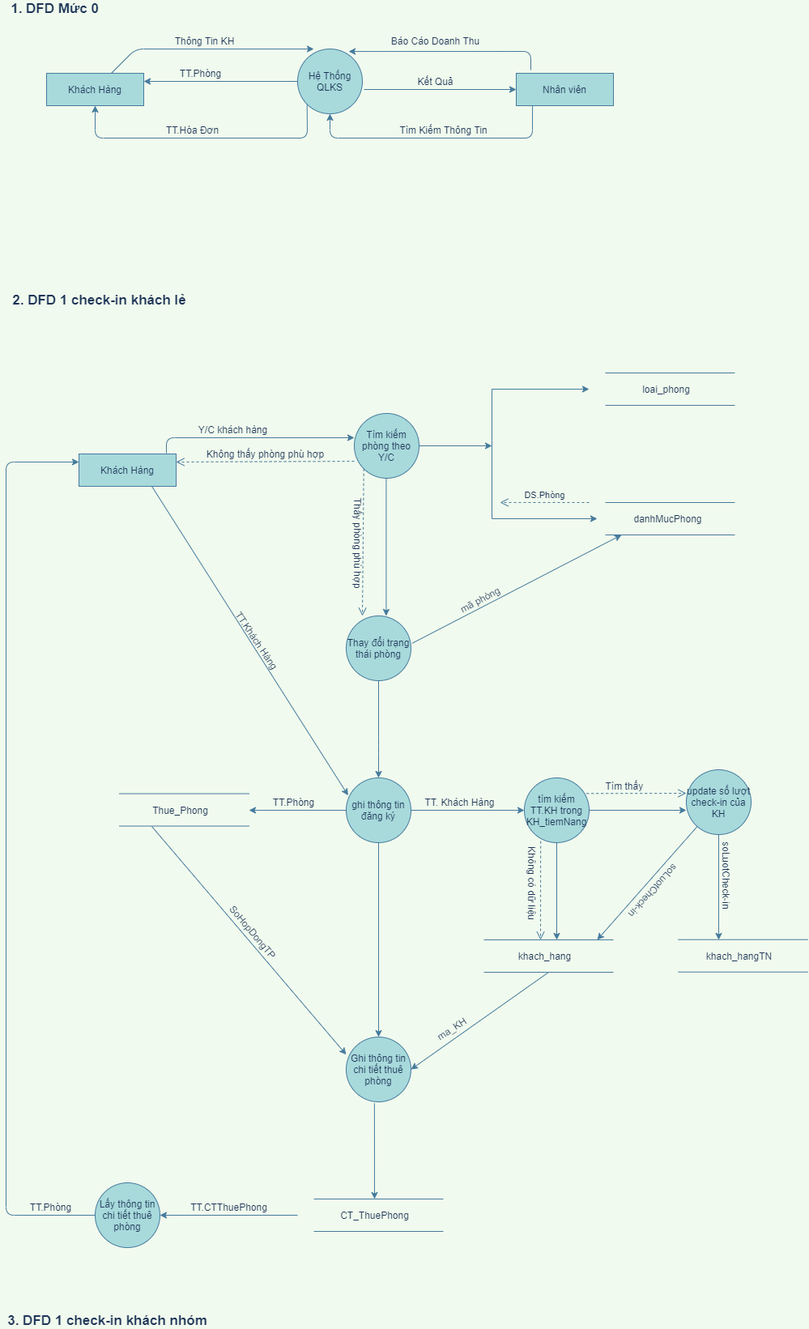
maialino123/QLKS keeps this draw.io diagram as DFD-hotel.png. Above is the earlier version. Source tidied: cells renumbered, new cells last; positions are measured from the earlier drawing's top-left corner, leaving out a move shared by most shapes.
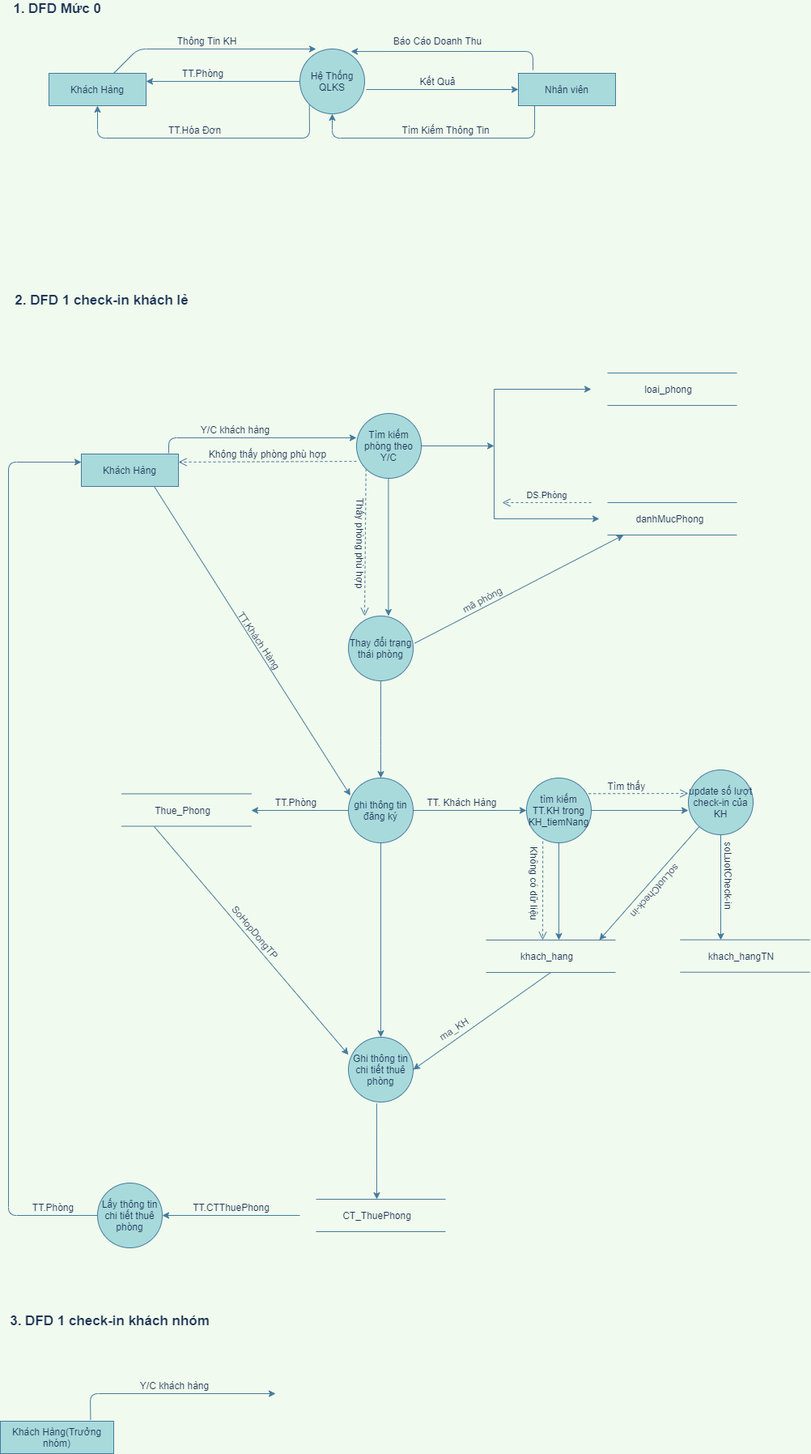
After the change.

Change to the diagram source:
```diff
@@ -376,5 +376,19 @@
     <mxCell id="86" value="&lt;span style=&quot;font-size: 17px&quot;&gt;&lt;b&gt;3. DFD 1 check-in khách nhóm&lt;/b&gt;&lt;/span&gt;" style="text;html=1;align=center;verticalAlign=middle;fontColor=#1D3557;" parent="1" vertex="1">
       <mxGeometry y="1620" width="260" height="20" as="geometry" />
     </mxCell>
+    <mxCell id="87" value="Khách Hàng(Trưởng nhóm)" style="rounded=0;whiteSpace=wrap;html=1;sketch=0;strokeColor=#457B9D;fillColor=#A8DADC;fontColor=#1D3557;" parent="1" vertex="1">
+      <mxGeometry x="-5" y="1754" width="140" height="40" as="geometry" />
+    </mxCell>
+    <mxCell id="88" style="endArrow=classic;html=1;strokeColor=#457B9D;fillColor=#A8DADC;fontColor=#1D3557;exitX=0.796;exitY=-0.037;exitDx=0;exitDy=0;exitPerimeter=0;" parent="1" edge="1" source="87">
+      <mxGeometry relative="1" as="geometry">
+        <mxPoint x="335" y="1720" as="targetPoint" />
+        <Array as="points">
+          <mxPoint x="106" y="1720" />
+        </Array>
+      </mxGeometry>
+    </mxCell>
+    <mxCell id="89" value="Y/C khách hàng" style="text;html=1;align=center;verticalAlign=middle;fontColor=#1D3557;" parent="1" vertex="1">
+      <mxGeometry x="160" y="1700" width="100" height="20" as="geometry" />
+    </mxCell>
   </root>
 </mxGraphModel>
```
